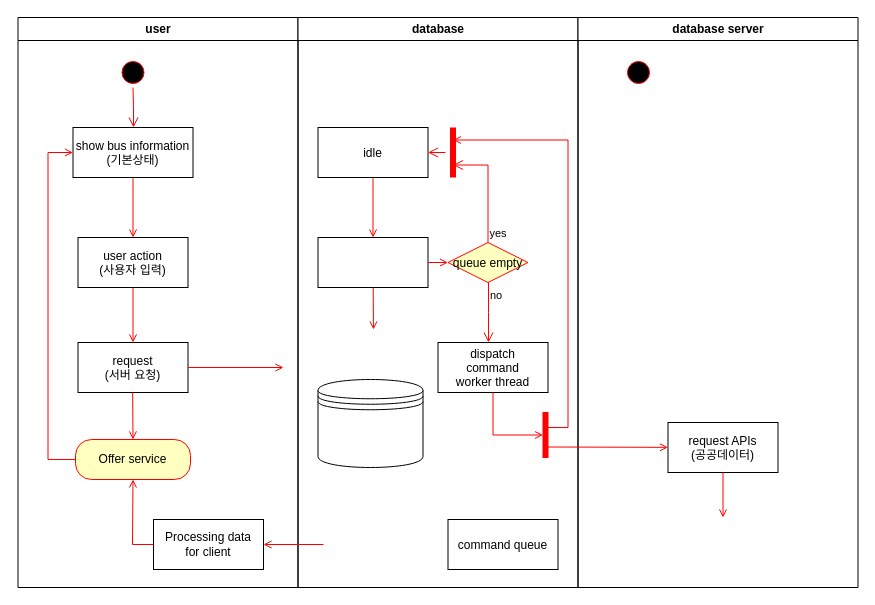
The draw.io diagram ky_bus.drawio in HarryKito/ky_bus, before the edit. Source tidied: cells renumbered, new cells numbered last; positions are measured from the earlier drawing's top-left corner, leaving out a move shared by most shapes. Both pictures are drawn from the tidied source at 100%, with x=0, y=0 at pixel (17, 17).
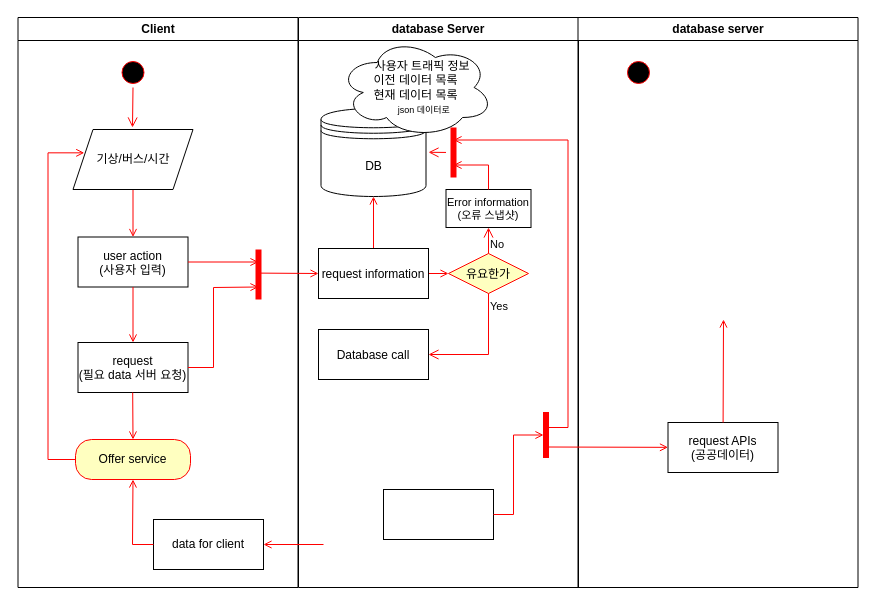
Above is the later version.

The change refers to these unchanged cells:
```xml
<mxCell id="3" style="ellipse;shape=startState;fillColor=#000000;strokeColor=#ff0000;" parent="2" vertex="1">
  <mxGeometry x="100" y="40" width="30" height="30" as="geometry" />
</mxCell>
<mxCell id="11" value="Offer service" style="rounded=1;whiteSpace=wrap;html=1;arcSize=40;fontColor=#000000;fillColor=#ffffc0;strokeColor=#ff0000;" parent="2" vertex="1">
  <mxGeometry x="57.5" y="422" width="115" height="40" as="geometry" />
</mxCell>
<mxCell id="25" style="shape=line;strokeWidth=6;strokeColor=#ff0000;rotation=90;" parent="15" vertex="1">
  <mxGeometry x="130" y="127.5" width="50" height="15" as="geometry" />
</mxCell>
<mxCell id="28" style="whiteSpace=wrap;strokeColor=#FF0000;fillColor=#FF0000;" parent="15" vertex="1">
  <mxGeometry x="245" y="395" width="5" height="45" as="geometry" />
</mxCell>
<mxCell id="31" value="database server" style="swimlane;whiteSpace=wrap;" parent="1" vertex="1">
  <mxGeometry x="560.5" width="280" height="570" as="geometry" />
</mxCell>
<mxCell id="32" value="request APIs&#10;(공공데이터)" parent="31" vertex="1">
  <mxGeometry x="90" y="405" width="110" height="50" as="geometry" />
</mxCell>
```

What changed in the source:
```diff
@@
-    <mxCell id="2" value="user" style="swimlane;whiteSpace=wrap;" parent="1" vertex="1">
+    <mxCell id="2" value="Client" style="swimlane;whiteSpace=wrap;" parent="1" vertex="1">
       <mxGeometry x="0.5" width="280" height="570" as="geometry" />
     </mxCell>
@@
-    <mxCell id="4" style="edgeStyle=elbowEdgeStyle;elbow=horizontal;verticalAlign=bottom;endArrow=open;endSize=8;strokeColor=#FF0000;endFill=1;rounded=0;" parent="2" edge="1" source="3" target="5">
-      <mxGeometry x="100" y="40" as="geometry" />
+    <mxCell id="4" style="edgeStyle=elbowEdgeStyle;elbow=horizontal;verticalAlign=bottom;endArrow=open;endSize=8;strokeColor=#FF0000;endFill=1;rounded=0;" parent="2" edge="1" source="3">
+      <mxGeometry x="100" y="40" as="geometry">
+        <mxPoint x="114.7" y="110" as="targetPoint" />
+      </mxGeometry>
     </mxCell>
-    <mxCell id="5" value="show bus information&#10;(기본상태)" parent="2" vertex="1">
-      <mxGeometry x="55" y="110" width="120" height="50" as="geometry" />
-    </mxCell>
     <mxCell id="6" value="user action&#10;(사용자 입력)" parent="2" vertex="1">
-      <mxGeometry x="60" y="220" width="110" height="50" as="geometry" />
+      <mxGeometry x="60" y="219.5" width="110" height="50" as="geometry" />
     </mxCell>
-    <mxCell id="7" style="endArrow=open;strokeColor=#FF0000;endFill=1;rounded=0;" parent="2" edge="1" source="5" target="6">
+    <mxCell id="7" style="endArrow=open;strokeColor=#FF0000;endFill=1;rounded=0;exitX=0.5;exitY=1;exitDx=0;exitDy=0;" parent="2" edge="1" source="42" target="6">
       <mxGeometry relative="1" as="geometry" />
     </mxCell>
-    <mxCell id="8" value="request&#10;(서버 요청)" parent="2" vertex="1">
+    <mxCell id="8" value="request&#10;(필요 data 서버 요청)" parent="2" vertex="1">
       <mxGeometry x="60" y="325" width="110" height="50" as="geometry" />
     </mxCell>
@@
-    <mxCell id="10" style="edgeStyle=elbowEdgeStyle;elbow=horizontal;strokeColor=#FF0000;endArrow=open;endFill=1;rounded=0;exitX=0;exitY=0.5;exitDx=0;exitDy=0;" parent="2" edge="1" source="11" target="5">
+    <mxCell id="10" style="edgeStyle=elbowEdgeStyle;elbow=horizontal;strokeColor=#FF0000;endArrow=open;endFill=1;rounded=0;exitX=0;exitY=0.5;exitDx=0;exitDy=0;entryX=0.094;entryY=0.389;entryDx=0;entryDy=0;entryPerimeter=0;" parent="2" edge="1" source="11" target="42">
       <mxGeometry relative="1" as="geometry">
         <Array as="points">
           <mxPoint x="30" y="250" />
         </Array>
       </mxGeometry>
     </mxCell>
@@
-    <mxCell id="13" value="Processing data&lt;br&gt;for client" style="html=1;whiteSpace=wrap;" parent="2" vertex="1">
+    <mxCell id="13" value="data for client" style="html=1;whiteSpace=wrap;" parent="2" vertex="1">
       <mxGeometry x="135.5" y="502" width="110" height="50" as="geometry" />
     </mxCell>
@@
+    <mxCell id="39" style="shape=line;strokeWidth=6;strokeColor=#ff0000;rotation=90;" parent="2" vertex="1">
+      <mxGeometry x="215.5" y="249.5" width="50" height="15" as="geometry" />
+    </mxCell>
+    <mxCell id="40" style="endArrow=open;strokeColor=#FF0000;endFill=1;rounded=0;exitX=1;exitY=0.5;exitDx=0;exitDy=0;entryX=0.75;entryY=0.5;entryDx=0;entryDy=0;entryPerimeter=0;" parent="2" edge="1" source="8" target="39">
+      <mxGeometry relative="1" as="geometry">
+        <Array as="points">
+          <mxPoint x="195.5" y="350" />
+          <mxPoint x="195.5" y="270" />
+        </Array>
+      </mxGeometry>
+    </mxCell>
+    <mxCell id="41" style="endArrow=open;strokeColor=#FF0000;endFill=1;rounded=0;exitX=1;exitY=0.5;exitDx=0;exitDy=0;entryX=0.25;entryY=0.5;entryDx=0;entryDy=0;entryPerimeter=0;" parent="2" edge="1" source="6" target="39">
+      <mxGeometry relative="1" as="geometry" />
+    </mxCell>
+    <mxCell id="42" value="기상/버스/시간&lt;br&gt;" style="shape=parallelogram;perimeter=parallelogramPerimeter;whiteSpace=wrap;html=1;fixedSize=1;" parent="2" vertex="1">
+      <mxGeometry x="55" y="112" width="120" height="60" as="geometry" />
+    </mxCell>
-    <mxCell id="15" value="database" style="swimlane;whiteSpace=wrap;" parent="1" vertex="1">
-      <mxGeometry x="280.5" width="280" height="570" as="geometry" />
+    <mxCell id="15" value="database Server" style="swimlane;whiteSpace=wrap;" parent="1" vertex="1">
+      <mxGeometry x="281" width="280" height="570" as="geometry" />
     </mxCell>
-    <mxCell id="16" value="idle" parent="15" vertex="1">
-      <mxGeometry x="20" y="110" width="110" height="50" as="geometry" />
-    </mxCell>
-    <mxCell id="17" parent="15" vertex="1">
-      <mxGeometry x="20" y="220" width="110" height="50" as="geometry" />
-    </mxCell>
-    <mxCell id="18" style="endArrow=open;strokeColor=#FF0000;endFill=1;rounded=0;" parent="15" edge="1" source="16" target="17">
-      <mxGeometry relative="1" as="geometry" />
-    </mxCell>
-    <mxCell id="19" value="command queue" parent="15" vertex="1">
-      <mxGeometry x="150" y="502" width="110" height="50" as="geometry" />
-    </mxCell>
-    <mxCell id="20" style="endArrow=open;strokeColor=#FF0000;endFill=1;rounded=0;" parent="15" edge="1" source="17">
-      <mxGeometry relative="1" as="geometry">
-        <mxPoint x="75.5" y="312" as="targetPoint" />
-      </mxGeometry>
-    </mxCell>
-    <mxCell id="21" value="queue empty" style="rhombus;fillColor=#ffffc0;strokeColor=#ff0000;" parent="15" vertex="1">
-      <mxGeometry x="150" y="225" width="80" height="40" as="geometry" />
+    <mxCell id="21" value="유요한가" style="rhombus;fillColor=#ffffc0;strokeColor=#ff0000;" parent="15" vertex="1">
+      <mxGeometry x="150" y="236" width="80" height="40" as="geometry" />
     </mxCell>
-    <mxCell id="22" value="yes" style="edgeStyle=elbowEdgeStyle;elbow=horizontal;align=left;verticalAlign=bottom;endArrow=open;endSize=8;strokeColor=#FF0000;exitX=0.5;exitY=0;endFill=1;rounded=0;entryX=0.75;entryY=0.5;entryPerimeter=0;" parent="15" edge="1" source="21" target="25">
+    <mxCell id="22" value="No" style="edgeStyle=elbowEdgeStyle;elbow=horizontal;align=left;verticalAlign=bottom;endArrow=open;endSize=8;strokeColor=#FF0000;exitX=0.5;exitY=0;endFill=1;rounded=0;" parent="15" edge="1" source="21" target="45">
       <mxGeometry x="-1" relative="1" as="geometry">
         <Array as="points">
           <mxPoint x="190" y="180" />
         </Array>
       </mxGeometry>
     </mxCell>
-    <mxCell id="23" value="no" style="edgeStyle=elbowEdgeStyle;elbow=horizontal;align=left;verticalAlign=top;endArrow=open;endSize=8;strokeColor=#FF0000;endFill=1;rounded=0;" parent="15" edge="1" source="21" target="27">
-      <mxGeometry x="-1" relative="1" as="geometry" />
+    <mxCell id="23" value="Yes" style="edgeStyle=elbowEdgeStyle;elbow=horizontal;align=left;verticalAlign=top;endArrow=open;endSize=8;strokeColor=#FF0000;endFill=1;rounded=0;entryX=1;entryY=0.5;entryDx=0;entryDy=0;" parent="15" edge="1" source="21">
+      <mxGeometry x="-1" relative="1" as="geometry">
+        <mxPoint x="130" y="337" as="targetPoint" />
+        <Array as="points">
+          <mxPoint x="190" y="312" />
+        </Array>
+      </mxGeometry>
     </mxCell>
-    <mxCell id="24" style="endArrow=open;strokeColor=#FF0000;endFill=1;rounded=0;" parent="15" edge="1" source="17" target="21">
-      <mxGeometry relative="1" as="geometry" />
+    <mxCell id="24" style="endArrow=open;strokeColor=#FF0000;endFill=1;rounded=0;" parent="15" edge="1" target="21">
+      <mxGeometry relative="1" as="geometry">
+        <mxPoint x="130" y="256" as="sourcePoint" />
+      </mxGeometry>
     </mxCell>
@@
-    <mxCell id="26" style="edgeStyle=elbowEdgeStyle;elbow=horizontal;verticalAlign=bottom;endArrow=open;endSize=8;strokeColor=#FF0000;endFill=1;rounded=0;" parent="15" edge="1" source="25" target="16">
-      <mxGeometry x="130" y="90" as="geometry" />
+    <mxCell id="26" style="edgeStyle=elbowEdgeStyle;elbow=horizontal;verticalAlign=bottom;endArrow=open;endSize=8;strokeColor=#FF0000;endFill=1;rounded=0;" parent="15" edge="1" source="25">
+      <mxGeometry x="130" y="90" as="geometry">
+        <mxPoint x="130" y="134.8" as="targetPoint" />
+      </mxGeometry>
     </mxCell>
-    <mxCell id="27" value="dispatch&#10;command&#10;worker thread" parent="15" vertex="1">
-      <mxGeometry x="140" y="325" width="110" height="50" as="geometry" />
+    <mxCell id="27" parent="15" vertex="1">
+      <mxGeometry x="85" y="472" width="110" height="50" as="geometry" />
     </mxCell>
@@
-    <mxCell id="29" style="edgeStyle=elbowEdgeStyle;elbow=horizontal;entryX=0;entryY=0.5;strokeColor=#FF0000;endArrow=open;endFill=1;rounded=0;" parent="15" edge="1" source="27" target="28">
+    <mxCell id="29" style="edgeStyle=elbowEdgeStyle;elbow=horizontal;entryX=0;entryY=0.5;strokeColor=#FF0000;endArrow=open;endFill=1;rounded=0;exitX=1;exitY=0.5;exitDx=0;exitDy=0;" parent="15" edge="1" source="27" target="28">
       <mxGeometry relative="1" as="geometry">
         <Array as="points">
-          <mxPoint x="195" y="400" />
+          <mxPoint x="215" y="422" />
         </Array>
       </mxGeometry>
     </mxCell>
-    <mxCell id="30" style="shape=datastore;whiteSpace=wrap;html=1;" parent="15" vertex="1">
-      <mxGeometry x="20" y="362" width="105" height="88" as="geometry" />
+    <mxCell id="30" value="DB" style="shape=datastore;whiteSpace=wrap;html=1;" parent="15" vertex="1">
+      <mxGeometry x="22.5" y="91" width="105" height="88" as="geometry" />
     </mxCell>
+    <mxCell id="43" value="&amp;nbsp; &amp;nbsp; 사용자 트래픽 정보&lt;br&gt;이전 데이터 목록&lt;br&gt;현재 데이터 목록&lt;br&gt;&amp;nbsp; &amp;nbsp; &amp;nbsp;&lt;font style=&quot;font-size: 9px;&quot;&gt;json 데이터로&lt;/font&gt;" style="ellipse;shape=cloud;whiteSpace=wrap;html=1;" parent="15" vertex="1">
+      <mxGeometry x="40" y="20" width="155" height="100" as="geometry" />
+    </mxCell>
+    <mxCell id="44" style="endArrow=open;strokeColor=#FF0000;endFill=1;rounded=0;entryX=0.5;entryY=1;entryDx=0;entryDy=0;exitX=0.5;exitY=0;exitDx=0;exitDy=0;" parent="15" edge="1" target="30">
+      <mxGeometry relative="1" as="geometry">
+        <mxPoint x="75" y="231" as="sourcePoint" />
+      </mxGeometry>
+    </mxCell>
+    <mxCell id="45" value="Error information&#10;(오류 스냅샷)" style="fontSize=11;" parent="15" vertex="1">
+      <mxGeometry x="147.5" y="172" width="85" height="38" as="geometry" />
+    </mxCell>
+    <mxCell id="46" style="edgeStyle=elbowEdgeStyle;elbow=horizontal;strokeColor=#FF0000;endArrow=open;endFill=1;rounded=0;entryX=0.75;entryY=0.5;entryPerimeter=0;exitX=0.5;exitY=0;exitDx=0;exitDy=0;entryDx=0;entryDy=0;" parent="15" edge="1" source="45" target="25">
+      <mxGeometry relative="1" as="geometry">
+        <Array as="points">
+          <mxPoint x="190" y="152" />
+        </Array>
+      </mxGeometry>
+    </mxCell>
+    <mxCell id="47" value="Database call" parent="15" vertex="1">
+      <mxGeometry x="20" y="312" width="110" height="50" as="geometry" />
+    </mxCell>
@@
     <mxCell id="35" style="endArrow=open;strokeColor=#FF0000;endFill=1;rounded=0;" parent="31" edge="1" source="32">
       <mxGeometry relative="1" as="geometry">
-        <mxPoint x="145" y="500" as="targetPoint" />
+        <mxPoint x="145.5" y="302" as="targetPoint" />
       </mxGeometry>
     </mxCell>
@@
-    <mxCell id="37" style="endArrow=open;strokeColor=#FF0000;endFill=1;rounded=0;" parent="1" edge="1" source="8">
-      <mxGeometry relative="1" as="geometry">
-        <mxPoint x="266" y="350" as="targetPoint" />
-      </mxGeometry>
-    </mxCell>
@@
+    <mxCell id="20" style="endArrow=open;strokeColor=#FF0000;endFill=1;rounded=0;exitX=0.472;exitY=0.513;exitDx=0;exitDy=0;exitPerimeter=0;entryX=0;entryY=0.5;entryDx=0;entryDy=0;" parent="1" edge="1" source="39">
+      <mxGeometry relative="1" as="geometry">
+        <mxPoint x="301" y="256" as="targetPoint" />
+      </mxGeometry>
+    </mxCell>
+    <mxCell id="48" value="request information" parent="1" vertex="1">
+      <mxGeometry x="301" y="231" width="110" height="50" as="geometry" />
+    </mxCell>
```
